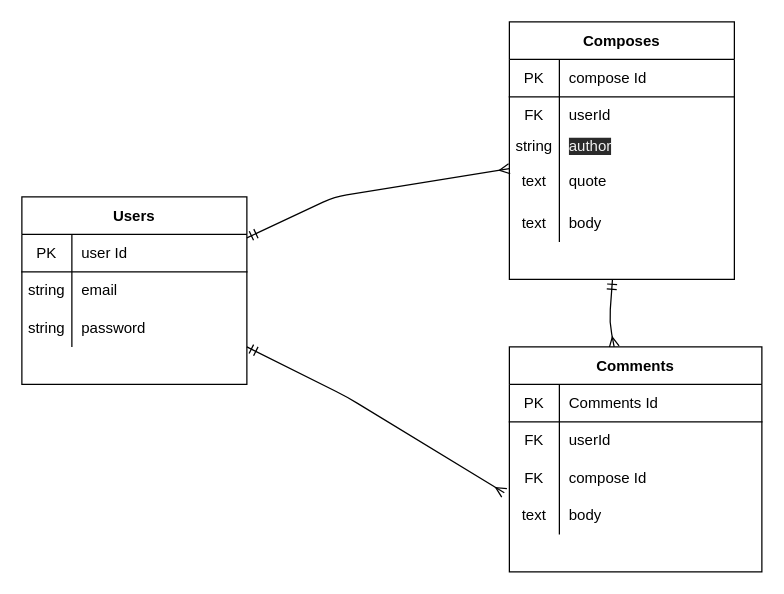
erhaneth/blockqoute keeps this draw.io diagram as bq.drawio. Above is the earlier version. Source tidied: cells renumbered, new cells numbered last; positions are measured from the earlier drawing's top-left corner, leaving out a move shared by most shapes. Both pictures are drawn from the tidied source at 125%, with x=0, y=0 at pixel (21, 21).
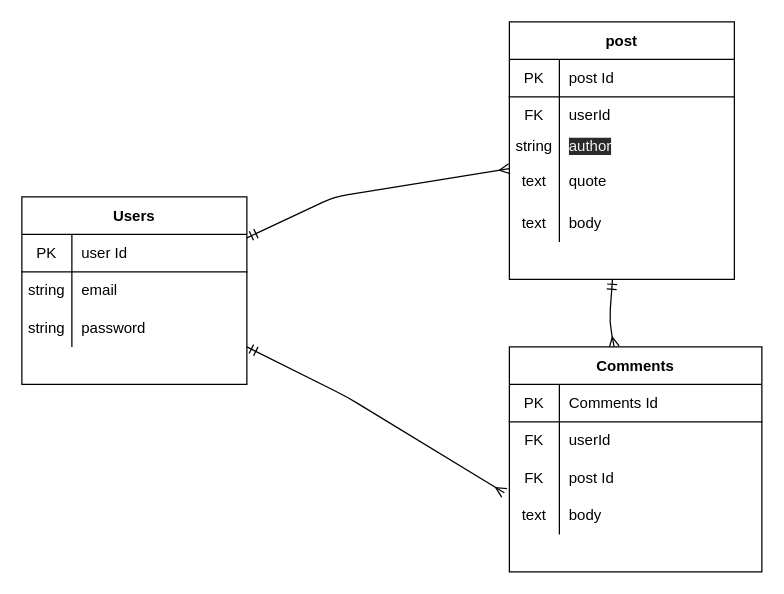
Above is the later version.

The change refers to these unchanged cells:
```xml
<mxCell id="16" style="shape=partialRectangle;html=1;whiteSpace=wrap;fillColor=none;top=0;left=0;bottom=1;right=0;" parent="15" vertex="1">
  <mxGeometry y="30" width="180" height="30" as="geometry" />
</mxCell>
<mxCell id="38" style="shape=partialRectangle;html=1;whiteSpace=wrap;fillColor=none;top=0;left=0;bottom=0;right=0;" parent="31" vertex="1">
  <mxGeometry y="90" width="202" height="30" as="geometry" />
</mxCell>
```

Diff of the diagram source:
```diff
@@
-    <mxCell id="15" value="Composes" style="shape=table;startSize=30;childLayout=tableLayout;rowLines=0;fontStyle=1;align=center;" parent="1" vertex="1">
+    <mxCell id="15" value="post" style="shape=table;startSize=30;childLayout=tableLayout;rowLines=0;fontStyle=1;align=center;" parent="1" vertex="1">
       <mxGeometry x="390" width="180" height="206" as="geometry" />
     </mxCell>
@@
-    <mxCell id="18" value="compose Id" style="shape=partialRectangle;html=1;whiteSpace=wrap;fillColor=none;top=0;left=0;bottom=0;right=0;align=left;spacingLeft=6;overflow=hidden;" parent="16" vertex="1">
+    <mxCell id="18" value="post Id" style="shape=partialRectangle;html=1;whiteSpace=wrap;fillColor=none;top=0;left=0;bottom=0;right=0;align=left;spacingLeft=6;overflow=hidden;" parent="16" vertex="1">
       <mxGeometry x="40" width="140" height="30" as="geometry" />
     </mxCell>
@@
-    <mxCell id="40" value="compose Id" style="shape=partialRectangle;html=1;whiteSpace=wrap;fillColor=none;top=0;left=0;bottom=0;right=0;align=left;spacingLeft=6;overflow=hidden;" parent="38" vertex="1">
+    <mxCell id="40" value="post Id" style="shape=partialRectangle;html=1;whiteSpace=wrap;fillColor=none;top=0;left=0;bottom=0;right=0;align=left;spacingLeft=6;overflow=hidden;" parent="38" vertex="1">
       <mxGeometry x="40" width="162" height="30" as="geometry" />
     </mxCell>
```
